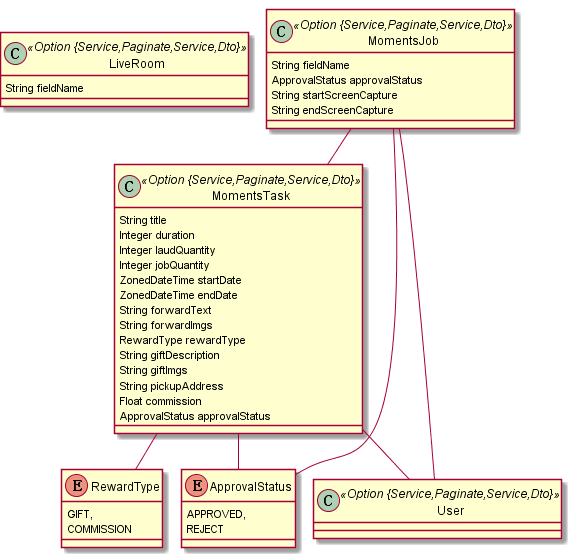
The PlantUML diagram models/uaav1.png in lsfoo/share-task, before a commit.
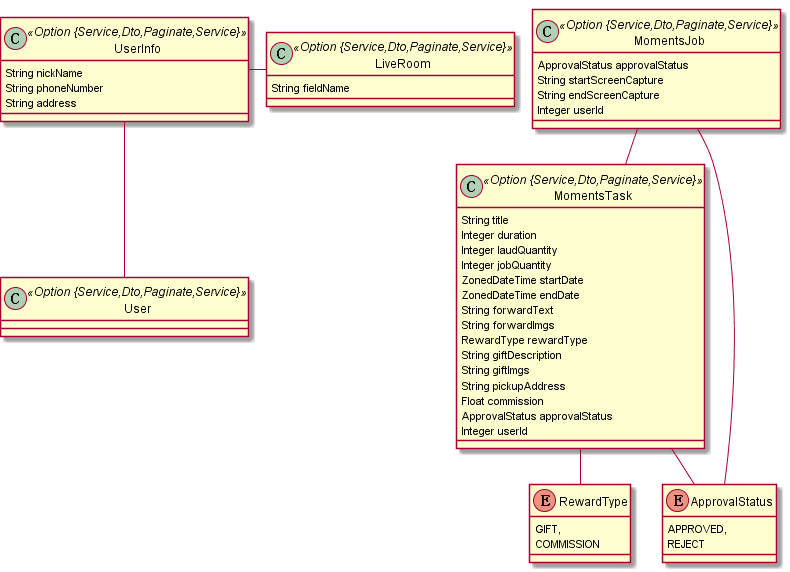
The same file after the commit.

Change to the diagram source:
```diff
@@ -1,10 +1,15 @@
 @startuml
 	!pragma graphviz_dot jdot
 	!pragma syntax class
-	class LiveRoom <<Option {Service,Paginate,Service,Dto}>> {
+	class UserInfo <<Option {Service,Dto,Paginate,Service}>> {
+		String nickName
+		String phoneNumber
+		String address
+	}
+	class LiveRoom <<Option {Service,Dto,Paginate,Service}>> {
 		String fieldName
 	}
-	class MomentsTask <<Option {Service,Paginate,Service,Dto}>> {
+	class MomentsTask <<Option {Service,Dto,Paginate,Service}>> {
 		String title
 		Integer duration
 		Integer laudQuantity
@@ -19,6 +24,7 @@
 		String pickupAddress
 		Float commission
 		ApprovalStatus approvalStatus
+		Integer userId
 	}
 	MomentsTask ..> RewardType
 	MomentsTask ..> ApprovalStatus
@@ -30,16 +36,14 @@
 		APPROVED,
 		REJECT
 	}
-	class MomentsJob <<Option {Service,Paginate,Service,Dto}>> {
-		String fieldName
+	class MomentsJob <<Option {Service,Dto,Paginate,Service}>> {
 		ApprovalStatus approvalStatus
 		String startScreenCapture
 		String endScreenCapture
+		Integer userId
 	}
 	MomentsJob ..> ApprovalStatus
 	MomentsJob  "task(title) 0..* " o-- "0..1 "  MomentsTask
-	MomentsTask  "user(login) 0..* " o-- "0..1 "  User
-	MomentsJob  "user(login) 0..* " o-- "0..1 "  User
-	class User <<Option {Service,Paginate,Service,Dto}>> {
+	class User <<Option {Service,Dto,Paginate,Service}>> {
 	}
 @enduml
```
